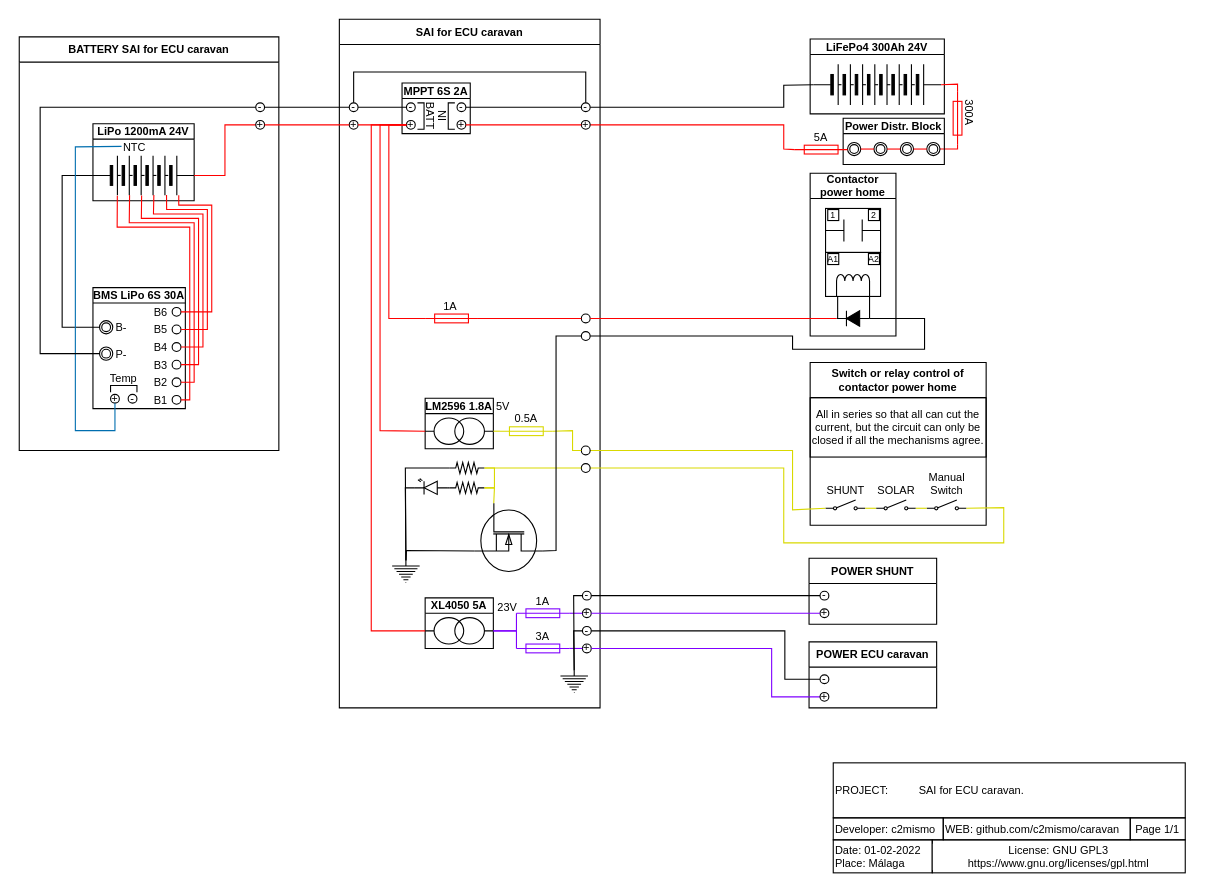
Before: Documents/Schemes/ElectricScheme_SAIforECUcaravan/ElectricScheme_SAIforECUcaravan.drawio in c2mismo/caravan, a draw.io diagram. Source tidied: cells renumbered, new cells numbered last; positions are measured from the earlier drawing's top-left corner, leaving out a move shared by most shapes. Both pictures are drawn from the tidied source at 110%, with x=0, y=0 at pixel (19, 19).
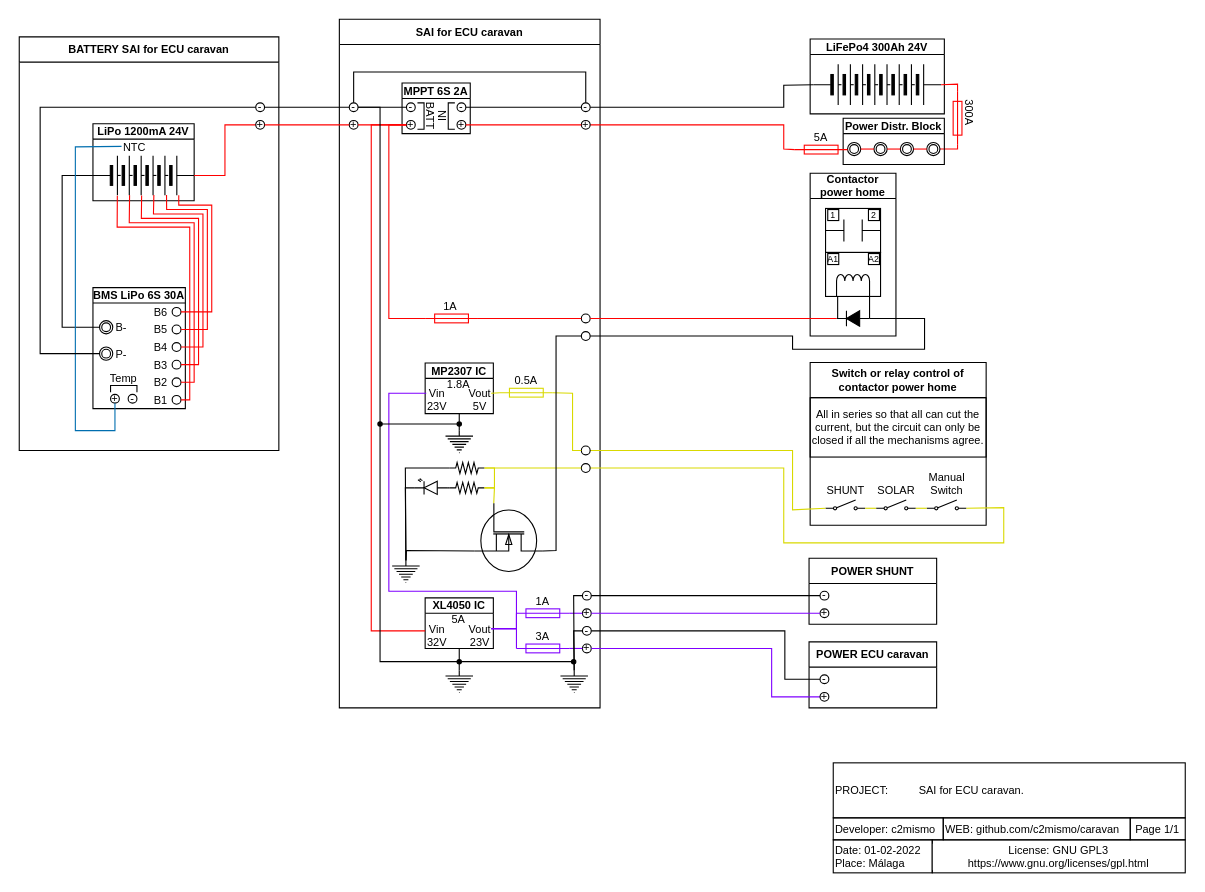
After the change.

Unchanged cells that the change refers to:
```xml
<mxCell id="3" value="SAI for ECU caravan" style="swimlane;fontSize=10;fontColor=#000000;strokeColor=#000000;fillColor=none;" parent="1" vertex="1">
  <mxGeometry x="291" width="237" height="626" as="geometry" />
</mxCell>
<mxCell id="14" style="verticalLabelPosition=bottom;shadow=0;dashed=0;align=center;html=1;verticalAlign=top;shape=mxgraph.electrical.miscellaneous.fuse_2;fontSize=10;fontColor=#000000;strokeColor=#7F00FF;rotation=0;fillColor=none;" parent="3" vertex="1">
  <mxGeometry x="161" y="536" width="48" height="8" as="geometry" />
</mxCell>
<mxCell id="17" style="verticalLabelPosition=bottom;shadow=0;dashed=0;align=center;html=1;verticalAlign=top;shape=mxgraph.electrical.miscellaneous.fuse_2;fontSize=10;fontColor=#000000;strokeColor=#7F00FF;rotation=0;fillColor=none;" parent="1" vertex="1">
  <mxGeometry x="452" y="568" width="48" height="8" as="geometry" />
</mxCell>
<mxCell id="69" value="+" style="ellipse;whiteSpace=wrap;html=1;fontSize=10;verticalAlign=middle;align=center;spacing=2;strokeWidth=1;spacingBottom=3;fontColor=#000000;strokeColor=#000000;fillColor=none;" parent="1" vertex="1">
  <mxGeometry x="352" y="92" width="8" height="8" as="geometry" />
</mxCell>
<mxCell id="146" value="-" style="ellipse;whiteSpace=wrap;html=1;fontSize=10;verticalAlign=middle;align=center;spacing=2;strokeWidth=1;spacingBottom=2;fontColor=#000000;strokeColor=#000000;fillColor=none;" parent="1" vertex="1">
  <mxGeometry x="300" y="76" width="8" height="8" as="geometry" />
</mxCell>
<mxCell id="154" style="ellipse;whiteSpace=wrap;html=1;fontSize=10;verticalAlign=middle;align=center;spacing=2;strokeWidth=1;spacingBottom=2;fontColor=#000000;strokeColor=#000000;fillColor=none;" parent="1" vertex="1">
  <mxGeometry x="511" y="388" width="8" height="8" as="geometry" />
</mxCell>
```

What changed in the source:
```diff
@@
-    <mxCell id="10" value="23V" style="text;html=1;strokeColor=none;fillColor=none;align=center;verticalAlign=middle;whiteSpace=wrap;rounded=0;fontSize=10;fontColor=#000000;" parent="3" vertex="1">
-      <mxGeometry x="145" y="530" width="16" height="8" as="geometry" />
-    </mxCell>
-    <mxCell id="11" value="5V" style="text;html=1;strokeColor=none;fillColor=none;align=center;verticalAlign=middle;whiteSpace=wrap;rounded=0;fontSize=10;fontColor=#000000;" parent="3" vertex="1">
-      <mxGeometry x="143" y="348" width="12" height="8" as="geometry" />
-    </mxCell>
     <mxCell id="12" value="0.5A" style="text;html=1;strokeColor=none;fillColor=none;align=center;verticalAlign=middle;whiteSpace=wrap;rounded=0;rotation=0;fontColor=#000000;fontSize=10;" parent="3" vertex="1">
-      <mxGeometry x="159" y="358" width="22" height="10" as="geometry" />
+      <mxGeometry x="159" y="323" width="22" height="10" as="geometry" />
     </mxCell>
@@
+    <mxCell id="174" style="endArrow=oval;html=1;rounded=0;fontSize=10;strokeColor=#000000;exitX=0.5;exitY=1;exitDx=0;exitDy=0;endSize=4;startSize=4;startArrow=none;startFill=0;endFill=1;" parent="3" edge="1" source="42">
+      <mxGeometry relative="1" as="geometry">
+        <mxPoint x="109" y="584" as="targetPoint" />
+      </mxGeometry>
+    </mxCell>
@@
     <mxCell id="18" style="verticalLabelPosition=bottom;shadow=0;dashed=0;align=center;html=1;verticalAlign=top;shape=mxgraph.electrical.miscellaneous.fuse_2;fontSize=10;fontColor=#000000;strokeColor=#D9D900;rotation=0;" parent="1" vertex="1">
-      <mxGeometry x="437" y="370.5" width="48" height="8" as="geometry" />
+      <mxGeometry x="437" y="335.5" width="48" height="8" as="geometry" />
     </mxCell>
@@
-    <mxCell id="42" value="XL4050 5A" style="swimlane;fontSize=10;fontColor=#000000;strokeColor=#000000;strokeWidth=1;fillColor=none;startSize=14;" parent="1" vertex="1">
+    <mxCell id="42" value="XL4050 IC" style="swimlane;fontSize=10;fontColor=#000000;strokeColor=#000000;strokeWidth=1;fillColor=none;startSize=14;" parent="1" vertex="1">
       <mxGeometry x="369" y="526" width="62" height="46" as="geometry" />
     </mxCell>
-    <mxCell id="43" style="verticalLabelPosition=bottom;shadow=0;dashed=0;align=center;html=1;verticalAlign=top;shape=mxgraph.electrical.inductors.potential_transformer_2;fontSize=10;fontColor=#000000;strokeColor=#000000;fillColor=none;" parent="42" vertex="1">
-      <mxGeometry y="18" width="62" height="24" as="geometry" />
-    </mxCell>
@@
-    <mxCell id="49" style="endArrow=none;html=1;rounded=0;fontSize=10;strokeColor=#FF0000;exitX=0;exitY=0.5;exitDx=0;exitDy=0;exitPerimeter=0;entryX=0;entryY=0.5;entryDx=0;entryDy=0;" parent="1" edge="1" source="43" target="69">
+    <mxCell id="49" style="endArrow=none;html=1;rounded=0;fontSize=10;strokeColor=#FF0000;exitX=0;exitY=0.5;exitDx=0;exitDy=0;exitPerimeter=0;entryX=0;entryY=0.5;entryDx=0;entryDy=0;" parent="1" edge="1" target="69">
       <mxGeometry relative="1" as="geometry">
+        <mxPoint x="369" y="556" as="sourcePoint" />
         <Array as="points">
           <mxPoint x="320" y="556" />
           <mxPoint x="320" y="96" />
         </Array>
       </mxGeometry>
     </mxCell>
@@
-    <mxCell id="67" value="LM2596 1.8A" style="swimlane;fontSize=10;fontColor=#000000;strokeColor=#000000;strokeWidth=1;fillColor=none;startSize=14;" parent="1" vertex="1">
-      <mxGeometry x="369" y="344.5" width="62" height="46" as="geometry" />
+    <mxCell id="67" value="MP2307 IC" style="swimlane;fontSize=10;fontColor=#000000;strokeColor=#000000;strokeWidth=1;fillColor=none;startSize=14;" parent="1" vertex="1">
+      <mxGeometry x="369" y="312.5" width="62" height="46" as="geometry" />
     </mxCell>
-    <mxCell id="68" style="verticalLabelPosition=bottom;shadow=0;dashed=0;align=center;html=1;verticalAlign=top;shape=mxgraph.electrical.inductors.potential_transformer_2;fontSize=10;fontColor=#000000;strokeColor=#000000;fillColor=none;" parent="67" vertex="1">
-      <mxGeometry y="18" width="62" height="24" as="geometry" />
-    </mxCell>
+    <mxCell id="175" value="Vin&lt;br&gt;23V" style="text;html=1;strokeColor=none;fillColor=none;align=center;verticalAlign=middle;whiteSpace=wrap;rounded=0;fontColor=#000000;fontSize=10;" parent="67" vertex="1">
+      <mxGeometry x="1" y="22" width="20" height="22" as="geometry" />
+    </mxCell>
+    <mxCell id="176" value="&lt;span style=&quot;font-size: 10px;&quot;&gt;1.8A&lt;/span&gt;" style="text;html=1;strokeColor=none;fillColor=none;align=center;verticalAlign=middle;whiteSpace=wrap;rounded=0;fontColor=#000000;fontSize=10;fontStyle=0;" parent="67" vertex="1">
+      <mxGeometry x="22" y="15" width="17" height="9" as="geometry" />
+    </mxCell>
+    <mxCell id="177" style="verticalLabelPosition=bottom;shadow=0;dashed=0;align=center;html=1;verticalAlign=top;shape=mxgraph.electrical.signal_sources.protective_earth;fontSize=10;fontColor=#000000;strokeColor=#000000;strokeWidth=1;fillColor=none;" parent="67" vertex="1">
+      <mxGeometry x="18.5" y="61.5" width="25" height="20" as="geometry" />
+    </mxCell>
@@
-    <mxCell id="75" style="endArrow=none;html=1;rounded=0;fontSize=10;strokeColor=#FF0000;exitX=0;exitY=0.5;exitDx=0;exitDy=0;exitPerimeter=0;entryX=0;entryY=0.5;entryDx=0;entryDy=0;" parent="1" edge="1" source="68" target="69">
-      <mxGeometry relative="1" as="geometry">
-        <Array as="points">
-          <mxPoint x="328" y="374" />
-          <mxPoint x="328" y="96" />
-        </Array>
-      </mxGeometry>
-    </mxCell>
@@
-    <mxCell id="96" style="endArrow=none;html=1;rounded=0;fontSize=10;strokeColor=#D9D900;entryX=1;entryY=0.5;entryDx=0;entryDy=0;entryPerimeter=0;exitX=0;exitY=0.5;exitDx=0;exitDy=0;exitPerimeter=0;" parent="1" edge="1" source="18" target="68">
+    <mxCell id="96" style="endArrow=none;html=1;rounded=0;fontSize=10;strokeColor=#D9D900;exitX=0;exitY=0.5;exitDx=0;exitDy=0;exitPerimeter=0;entryX=1;entryY=0.25;entryDx=0;entryDy=0;" parent="1" edge="1" source="18" target="179">
       <mxGeometry relative="1" as="geometry" />
     </mxCell>
@@
-    <mxCell id="144" style="endArrow=none;html=1;rounded=0;fontSize=10;strokeColor=#7F00FF;startArrow=none;exitX=0;exitY=0.5;exitDx=0;exitDy=0;exitPerimeter=0;entryX=1;entryY=0.5;entryDx=0;entryDy=0;entryPerimeter=0;" parent="1" edge="1" source="14" target="43">
+    <mxCell id="144" style="endArrow=none;html=1;rounded=0;fontSize=10;strokeColor=#7F00FF;startArrow=none;exitX=0;exitY=0.5;exitDx=0;exitDy=0;exitPerimeter=0;entryX=1;entryY=0.25;entryDx=0;entryDy=0;" parent="1" edge="1" source="14" target="181">
       <mxGeometry relative="1" as="geometry">
         <Array as="points">
-          <mxPoint x="452" y="556" />
+          <mxPoint x="452" y="554" />
         </Array>
       </mxGeometry>
     </mxCell>
@@
     <mxCell id="160" style="endArrow=none;html=1;rounded=0;fontSize=10;strokeColor=#D9D900;startArrow=none;exitX=0;exitY=0.5;exitDx=0;exitDy=0;entryX=1;entryY=0.5;entryDx=0;entryDy=0;entryPerimeter=0;" parent="1" edge="1" source="154" target="18">
       <mxGeometry relative="1" as="geometry">
         <Array as="points">
           <mxPoint x="503" y="392" />
-          <mxPoint x="503" y="374" />
+          <mxPoint x="503" y="340" />
         </Array>
       </mxGeometry>
     </mxCell>
@@
-    <mxCell id="162" style="endArrow=none;html=1;rounded=0;fontSize=10;strokeColor=#7F00FF;startArrow=none;exitX=1;exitY=0.5;exitDx=0;exitDy=0;exitPerimeter=0;entryX=0;entryY=0.5;entryDx=0;entryDy=0;entryPerimeter=0;" parent="1" edge="1" source="43" target="17">
+    <mxCell id="162" style="endArrow=none;html=1;rounded=0;fontSize=10;strokeColor=#7F00FF;startArrow=none;exitX=1;exitY=0.25;exitDx=0;exitDy=0;entryX=0;entryY=0.5;entryDx=0;entryDy=0;entryPerimeter=0;" parent="1" edge="1" source="181" target="17">
       <mxGeometry relative="1" as="geometry">
         <Array as="points">
-          <mxPoint x="452" y="556" />
+          <mxPoint x="452" y="554" />
         </Array>
       </mxGeometry>
     </mxCell>
@@
+    <mxCell id="178" style="endArrow=none;html=1;rounded=0;fontSize=10;strokeColor=#7F00FF;startArrow=none;exitX=0;exitY=0.25;exitDx=0;exitDy=0;entryX=1;entryY=0.25;entryDx=0;entryDy=0;" parent="1" edge="1" source="175" target="181">
+      <mxGeometry relative="1" as="geometry">
+        <Array as="points">
+          <mxPoint x="336" y="340" />
+          <mxPoint x="336" y="520" />
+          <mxPoint x="452" y="520" />
+          <mxPoint x="452" y="554" />
+        </Array>
+      </mxGeometry>
+    </mxCell>
+    <mxCell id="179" value="Vout&lt;br&gt;5V" style="text;html=1;strokeColor=none;fillColor=none;align=center;verticalAlign=middle;whiteSpace=wrap;rounded=0;fontColor=#000000;fontSize=10;" parent="1" vertex="1">
+      <mxGeometry x="409" y="334.5" width="20" height="22" as="geometry" />
+    </mxCell>
+    <mxCell id="180" value="Vin&lt;br&gt;32V" style="text;html=1;strokeColor=none;fillColor=none;align=center;verticalAlign=middle;whiteSpace=wrap;rounded=0;fontColor=#000000;fontSize=10;" parent="1" vertex="1">
+      <mxGeometry x="370" y="548.5" width="20" height="22" as="geometry" />
+    </mxCell>
+    <mxCell id="181" value="Vout&lt;br&gt;23V" style="text;html=1;strokeColor=none;fillColor=none;align=center;verticalAlign=middle;whiteSpace=wrap;rounded=0;fontColor=#000000;fontSize=10;" parent="1" vertex="1">
+      <mxGeometry x="409" y="548.5" width="20" height="22" as="geometry" />
+    </mxCell>
+    <mxCell id="182" value="&lt;span style=&quot;font-size: 10px&quot;&gt;5A&lt;/span&gt;" style="text;html=1;strokeColor=none;fillColor=none;align=center;verticalAlign=middle;whiteSpace=wrap;rounded=0;fontColor=#000000;fontSize=10;fontStyle=0;" parent="1" vertex="1">
+      <mxGeometry x="391" y="540.5" width="17" height="9" as="geometry" />
+    </mxCell>
+    <mxCell id="183" style="endArrow=none;html=1;rounded=0;fontSize=10;strokeColor=#000000;entryX=1;entryY=0.5;entryDx=0;entryDy=0;endFill=0;startArrow=oval;startFill=1;endSize=4;startSize=4;" parent="1" edge="1" target="146">
+      <mxGeometry relative="1" as="geometry">
+        <mxPoint x="504" y="584" as="sourcePoint" />
+        <Array as="points">
+          <mxPoint x="328" y="584" />
+          <mxPoint x="328" y="80" />
+        </Array>
+      </mxGeometry>
+    </mxCell>
+    <mxCell id="184" style="verticalLabelPosition=bottom;shadow=0;dashed=0;align=center;html=1;verticalAlign=top;shape=mxgraph.electrical.signal_sources.protective_earth;fontSize=10;fontColor=#000000;strokeColor=#000000;strokeWidth=1;fillColor=none;" parent="1" vertex="1">
+      <mxGeometry x="387.5" y="592" width="25" height="20" as="geometry" />
+    </mxCell>
+    <mxCell id="185" style="endArrow=none;html=1;rounded=0;fontSize=10;strokeColor=#000000;entryX=0.5;entryY=0;entryDx=0;entryDy=0;entryPerimeter=0;" parent="1" edge="1" target="184">
+      <mxGeometry relative="1" as="geometry">
+        <mxPoint x="400" y="584" as="sourcePoint" />
+      </mxGeometry>
+    </mxCell>
+    <mxCell id="186" style="endArrow=oval;html=1;rounded=0;fontSize=10;strokeColor=#000000;endSize=4;startSize=4;startArrow=none;startFill=0;endFill=1;" parent="1" edge="1">
+      <mxGeometry relative="1" as="geometry">
+        <mxPoint x="400" y="358" as="sourcePoint" />
+        <mxPoint x="400" y="368" as="targetPoint" />
+      </mxGeometry>
+    </mxCell>
+    <mxCell id="187" style="endArrow=none;html=1;rounded=0;fontSize=10;strokeColor=#000000;endSize=4;startSize=4;startArrow=oval;startFill=1;endFill=0;entryX=0.5;entryY=0;entryDx=0;entryDy=0;entryPerimeter=0;" parent="1" edge="1" target="177">
+      <mxGeometry relative="1" as="geometry">
+        <mxPoint x="328" y="368" as="sourcePoint" />
+        <Array as="points">
+          <mxPoint x="400" y="368" />
+        </Array>
+      </mxGeometry>
+    </mxCell>
```
